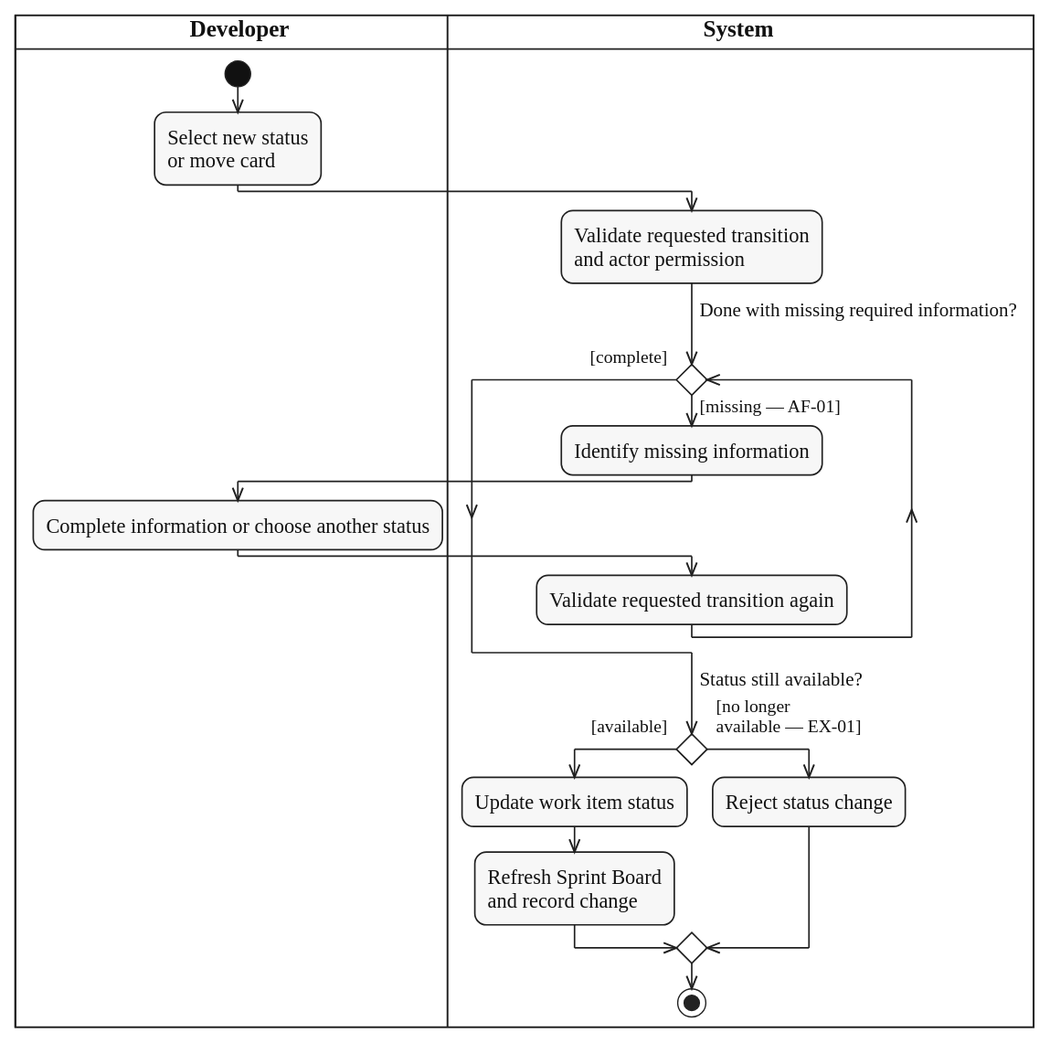
Above: diagrams/activity/sprint-work/svg/UC-WORK-ITEM-STATUS-UPDATE.svg in lukenab/swd392-doc-automation (PlantUML), before the change. Its source is kept beside it as diagrams/activity/sprint-work/source/UC-WORK-ITEM-STATUS-UPDATE.puml.
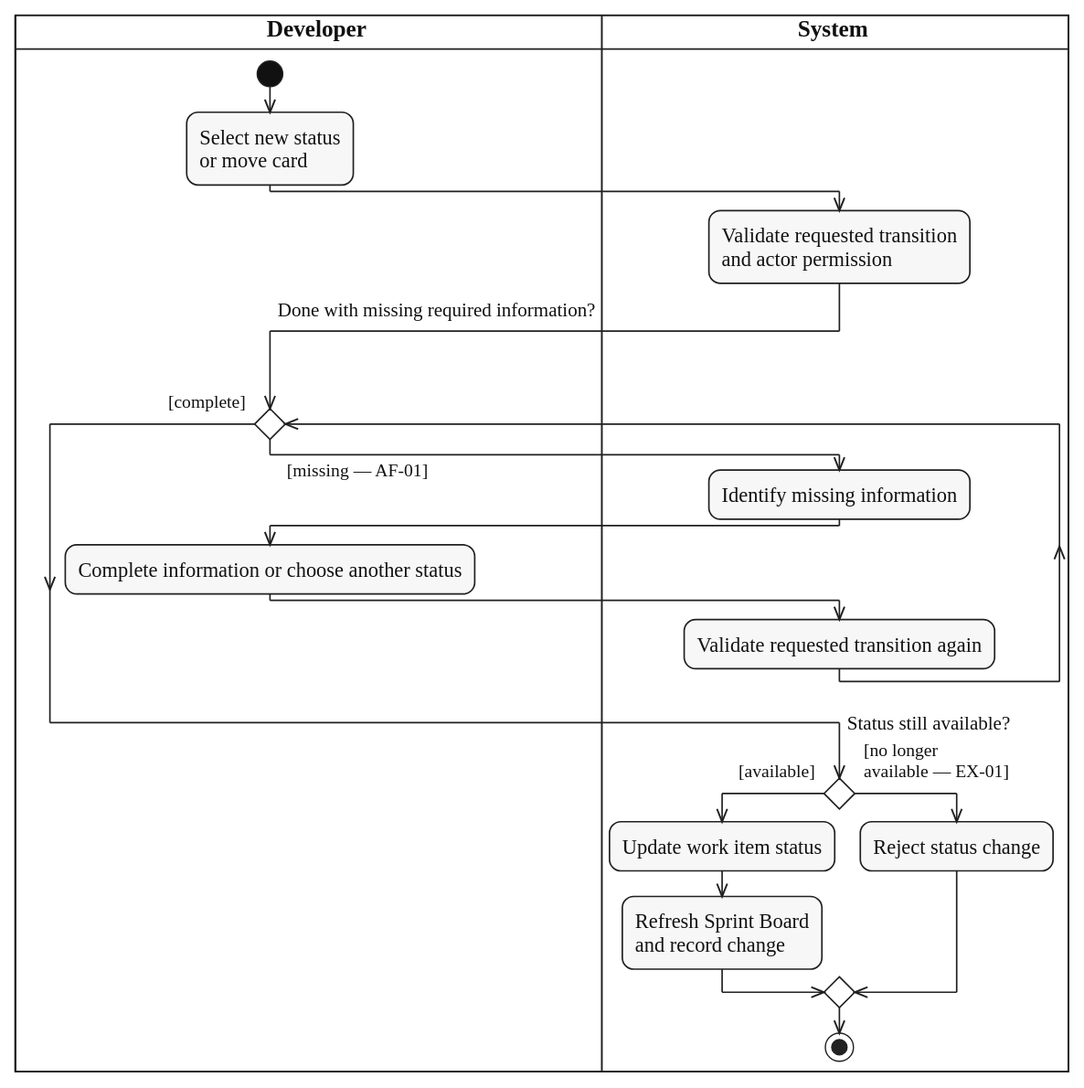
Above is the later version.

Change to the diagram source:
```diff
@@ -10,13 +10,17 @@
 |SYS|
 :Validate requested transition
 and actor permission;
-while ($question("Done with missing required information?")) is ($guard_left("[missing — AF-01]"))
+|DEV|
+while ($question_x("Done with missing required information?")) is ($guard_right("", "[missing — AF-01]"))
+  |SYS|
   :Identify missing information;
   |DEV|
   :Complete information or choose another status;
   |SYS|
   :Validate requested transition again;
+  |DEV|
 endwhile ($guard("[complete]"))
+|SYS|
 if ($question("Status still available?")) then ($guard_left("[available]"))
   :Update work item status;
   :Refresh Sprint Board
```
